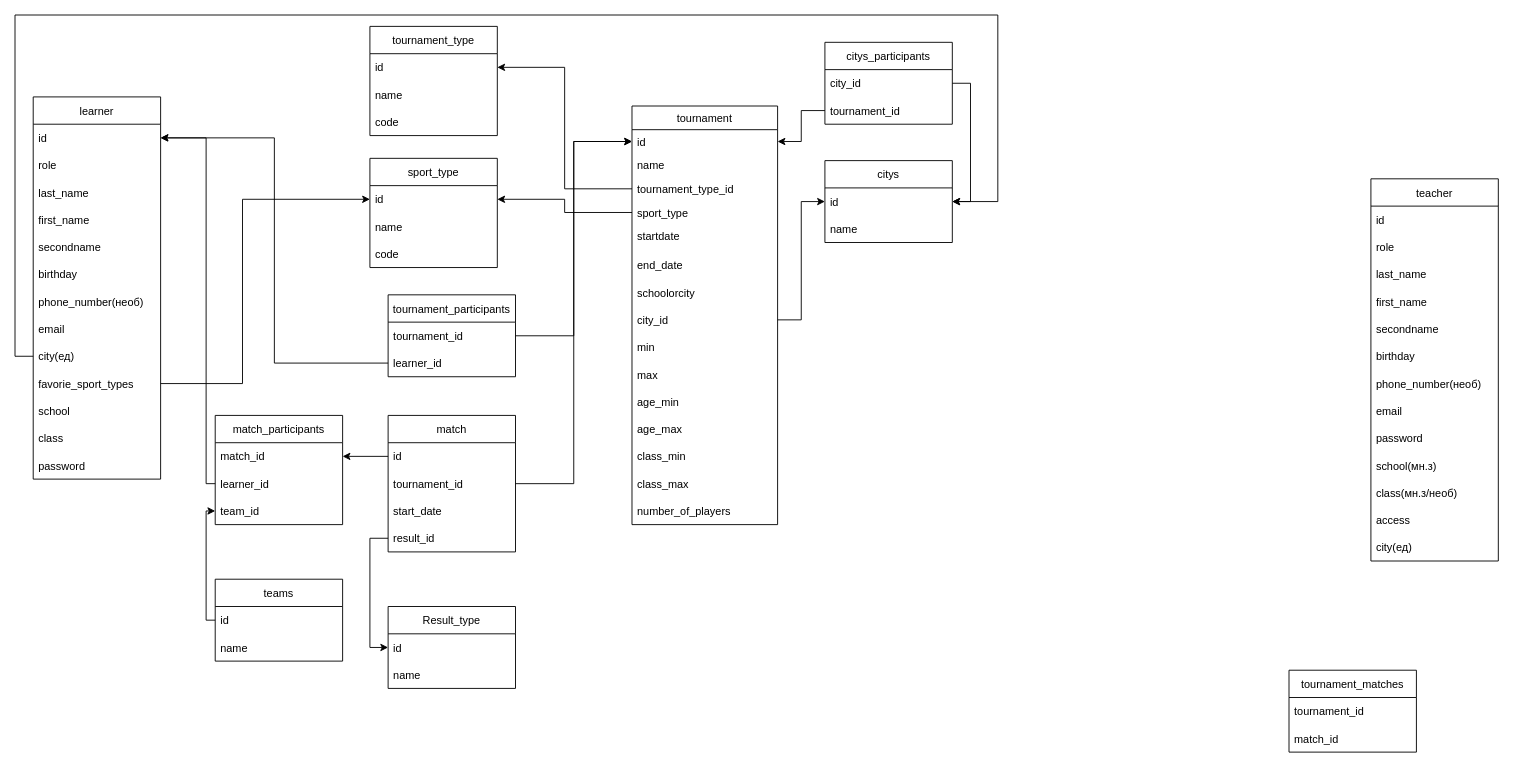
SCSummer2022/backend keeps this draw.io diagram as wiki/TournamentsUsers.drawio. Above is the earlier version. Source tidied: cells renumbered, new cells numbered last; positions are measured from the earlier drawing's top-left corner, leaving out a move shared by most shapes. Both pictures are drawn from the tidied source at 91%, with x=0, y=0 at pixel (15, 15).
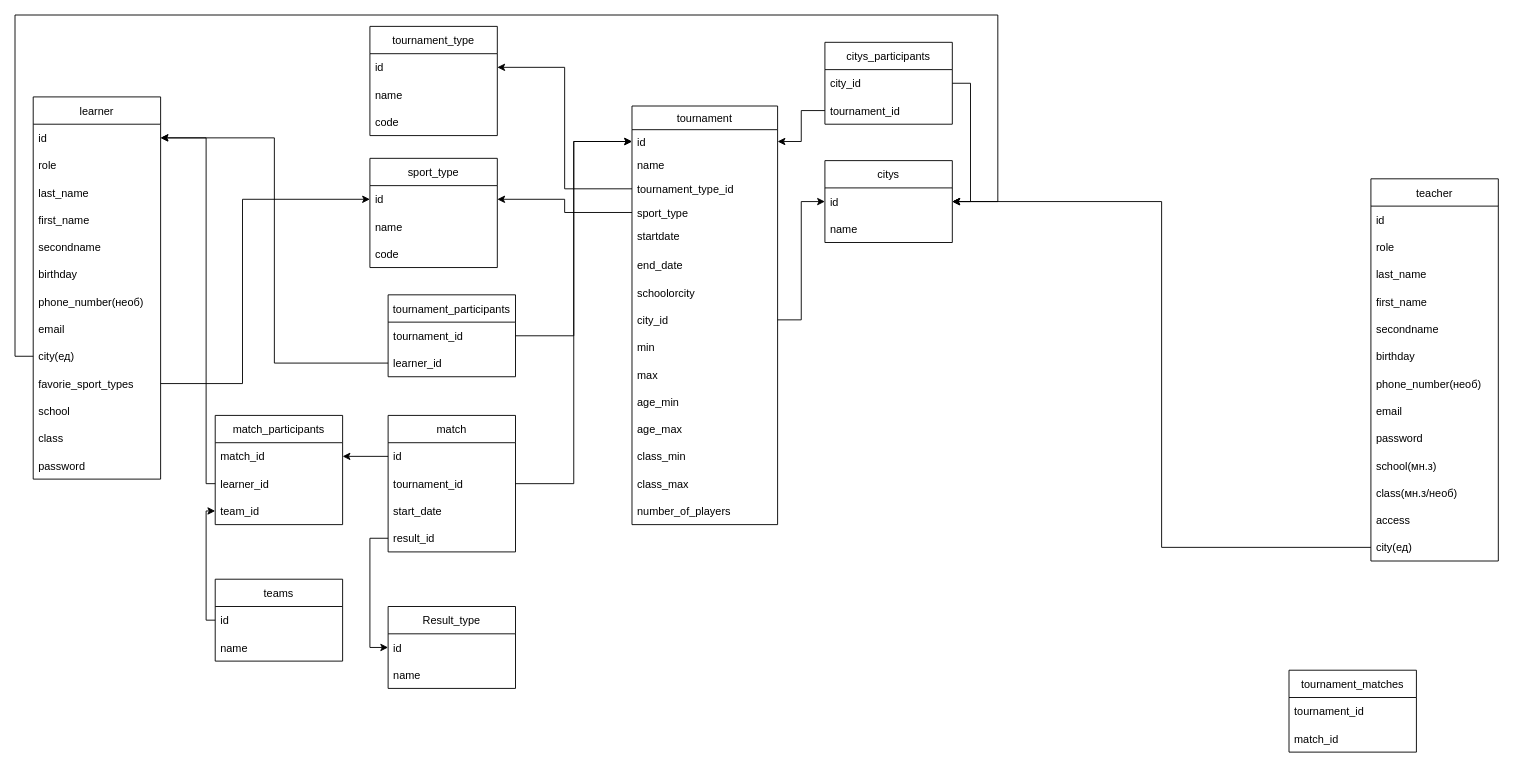
The same page after the edit.

The change refers to these unchanged cells:
```xml
<mxCell id="43" value="id" style="text;strokeColor=none;fillColor=none;align=left;verticalAlign=middle;spacingLeft=4;spacingRight=4;overflow=hidden;points=[[0,0.5],[1,0.5]];portConstraint=eastwest;" parent="42" vertex="1">
  <mxGeometry y="30" width="140" height="30" as="geometry" />
</mxCell>
<mxCell id="78" value="city(ед)" style="text;strokeColor=none;fillColor=none;align=left;verticalAlign=middle;spacingLeft=4;spacingRight=4;overflow=hidden;points=[[0,0.5],[1,0.5]];portConstraint=eastwest;" parent="65" vertex="1">
  <mxGeometry y="390" width="140" height="30" as="geometry" />
</mxCell>
```

The edit, as a diff of the source:
```diff
@@
+    <mxCell id="95" style="edgeStyle=orthogonalEdgeStyle;rounded=0;jettySize=auto;html=1;entryX=1;entryY=0.5;entryDx=0;entryDy=0;" parent="1" edge="1" source="78" target="43">
+      <mxGeometry relative="1" as="geometry" />
+    </mxCell>
```
